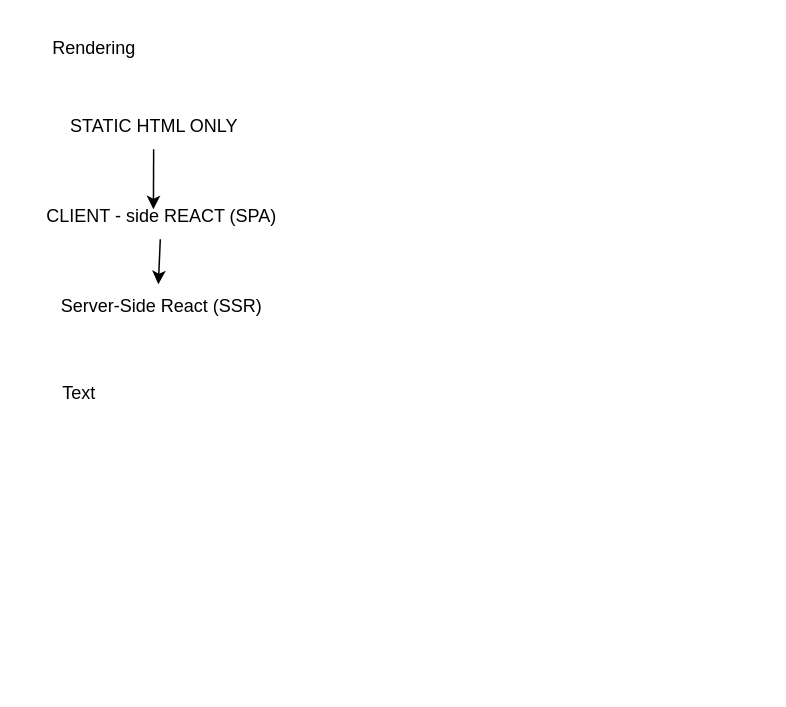
Before: page "Log-In" (2 of 6) of architecture.drawio in CyrusL06/TrackerGen-, a draw.io diagram. Source tidied: cells renumbered, new cells numbered last; positions are measured from the earlier drawing's top-left corner, leaving out a move shared by most shapes. Both pictures are drawn from the tidied source at 150%, with x=0, y=0 at pixel (26, 26).
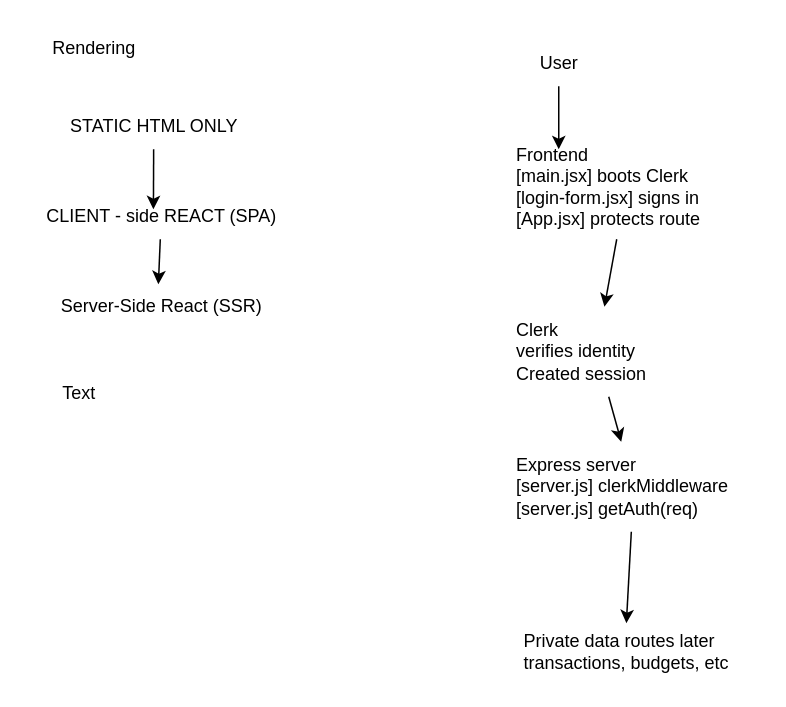
Above is the later version.

Diff of the diagram source:
```diff
@@
 <mxGraphModel>
   <root>
     <mxCell id="0" />
     <mxCell id="1" parent="0" />
     <mxCell id="2" value="Rendering" style="text;html=1;align=center;verticalAlign=middle;strokeColor=none;fillColor=none;" parent="1" vertex="1">
       <mxGeometry x="5" width="80" height="30" as="geometry" />
     </mxCell>
     <mxCell id="3" value="STATIC HTML ONLY" style="text;html=1;align=center;verticalAlign=middle;points=[];strokeColor=none;fillColor=none;" parent="1" vertex="1">
       <mxGeometry x="15" y="52" width="140" height="30" as="geometry" />
     </mxCell>
     <mxCell id="4" value="CLIENT - side REACT (SPA)" style="text;html=1;align=center;verticalAlign=middle;points=[];strokeColor=none;fillColor=none;" parent="1" vertex="1">
       <mxGeometry y="112" width="180" height="30" as="geometry" />
     </mxCell>
     <mxCell id="5" style="edgeStyle=none;html=1;entryX=0.471;entryY=0.333;entryDx=0;entryDy=0;entryPerimeter=0;" parent="1" edge="1" source="3" target="4">
       <mxGeometry relative="1" as="geometry" />
     </mxCell>
     <mxCell id="6" value="Server-Side React (SSR)" style="text;html=1;align=center;verticalAlign=middle;points=[];strokeColor=none;fillColor=none;" parent="1" vertex="1">
       <mxGeometry x="10" y="172" width="160" height="30" as="geometry" />
     </mxCell>
     <mxCell id="7" style="edgeStyle=none;html=1;entryX=0.488;entryY=0;entryDx=0;entryDy=0;entryPerimeter=0;" parent="1" edge="1" source="4" target="6">
       <mxGeometry relative="1" as="geometry" />
     </mxCell>
     <mxCell id="8" value="Text" style="text;html=1;align=center;verticalAlign=middle;strokeColor=none;fillColor=none;" parent="1" vertex="1">
       <mxGeometry x="10" y="230" width="50" height="30" as="geometry" />
     </mxCell>
+    <mxCell id="9" value="User" style="text;html=1;align=center;verticalAlign=middle;points=[];strokeColor=none;fillColor=none;" parent="1" vertex="1">
+      <mxGeometry x="330" y="10" width="50" height="30" as="geometry" />
+    </mxCell>
+    <mxCell id="10" style="edgeStyle=none;html=1;" parent="1" edge="1" source="11" target="13">
+      <mxGeometry relative="1" as="geometry" />
+    </mxCell>
+    <mxCell id="11" value="Frontend&lt;div&gt;[main.jsx] boots Clerk&lt;/div&gt;&lt;div&gt;[login-form.jsx] signs in&lt;/div&gt;&lt;div&gt;[App.jsx] protects route&lt;/div&gt;" style="text;html=1;align=left;verticalAlign=middle;points=[];strokeColor=none;fillColor=none;" parent="1" vertex="1">
+      <mxGeometry x="325" y="72" width="150" height="70" as="geometry" />
+    </mxCell>
+    <mxCell id="12" style="edgeStyle=none;html=1;" parent="1" edge="1" source="13" target="14">
+      <mxGeometry relative="1" as="geometry" />
+    </mxCell>
+    <mxCell id="13" value="Clerk&lt;div&gt;verifies identity&lt;/div&gt;&lt;div&gt;Created session&lt;/div&gt;" style="text;html=1;align=left;verticalAlign=middle;points=[];strokeColor=none;fillColor=none;" parent="1" vertex="1">
+      <mxGeometry x="325" y="187" width="110" height="60" as="geometry" />
+    </mxCell>
+    <mxCell id="14" value="Express server&lt;div&gt;[server.js] clerkMiddleware&lt;/div&gt;&lt;div&gt;[server.js] getAuth(req)&lt;/div&gt;" style="text;html=1;align=left;verticalAlign=middle;points=[];strokeColor=none;fillColor=none;" parent="1" vertex="1">
+      <mxGeometry x="325" y="277" width="160" height="60" as="geometry" />
+    </mxCell>
+    <mxCell id="15" value="Private data routes later&lt;div&gt;transactions, budgets, etc&lt;/div&gt;" style="text;html=1;align=left;verticalAlign=middle;points=[];strokeColor=none;fillColor=none;" parent="1" vertex="1">
+      <mxGeometry x="330" y="397" width="160" height="40" as="geometry" />
+    </mxCell>
+    <mxCell id="16" style="edgeStyle=none;html=1;entryX=0.2;entryY=0.143;entryDx=0;entryDy=0;entryPerimeter=0;" parent="1" edge="1" source="9" target="11">
+      <mxGeometry relative="1" as="geometry" />
+    </mxCell>
+    <mxCell id="17" style="edgeStyle=none;html=1;entryX=0.438;entryY=0.025;entryDx=0;entryDy=0;entryPerimeter=0;" parent="1" edge="1" source="14" target="15">
+      <mxGeometry relative="1" as="geometry" />
+    </mxCell>
   </root>
 </mxGraphModel>
```
